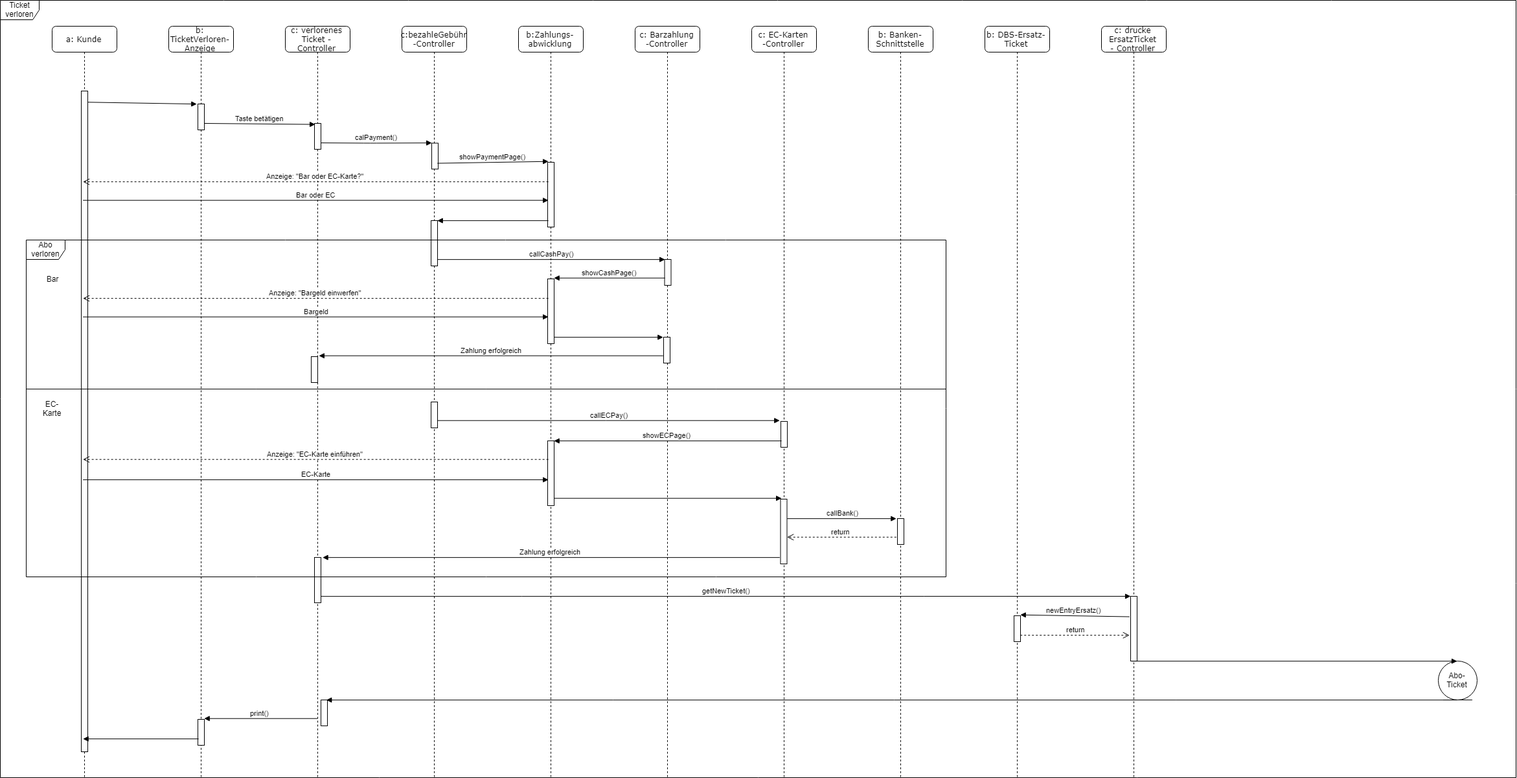
The draw.io diagram f(u)ml/Sequence_Diagrams/PNGTicketVerloren.png in Filsball/LaHMa_Carpark, before a commit. Source tidied: cells renumbered, new cells last; positions are measured from the earlier drawing's top-left corner, leaving out a move shared by most shapes.
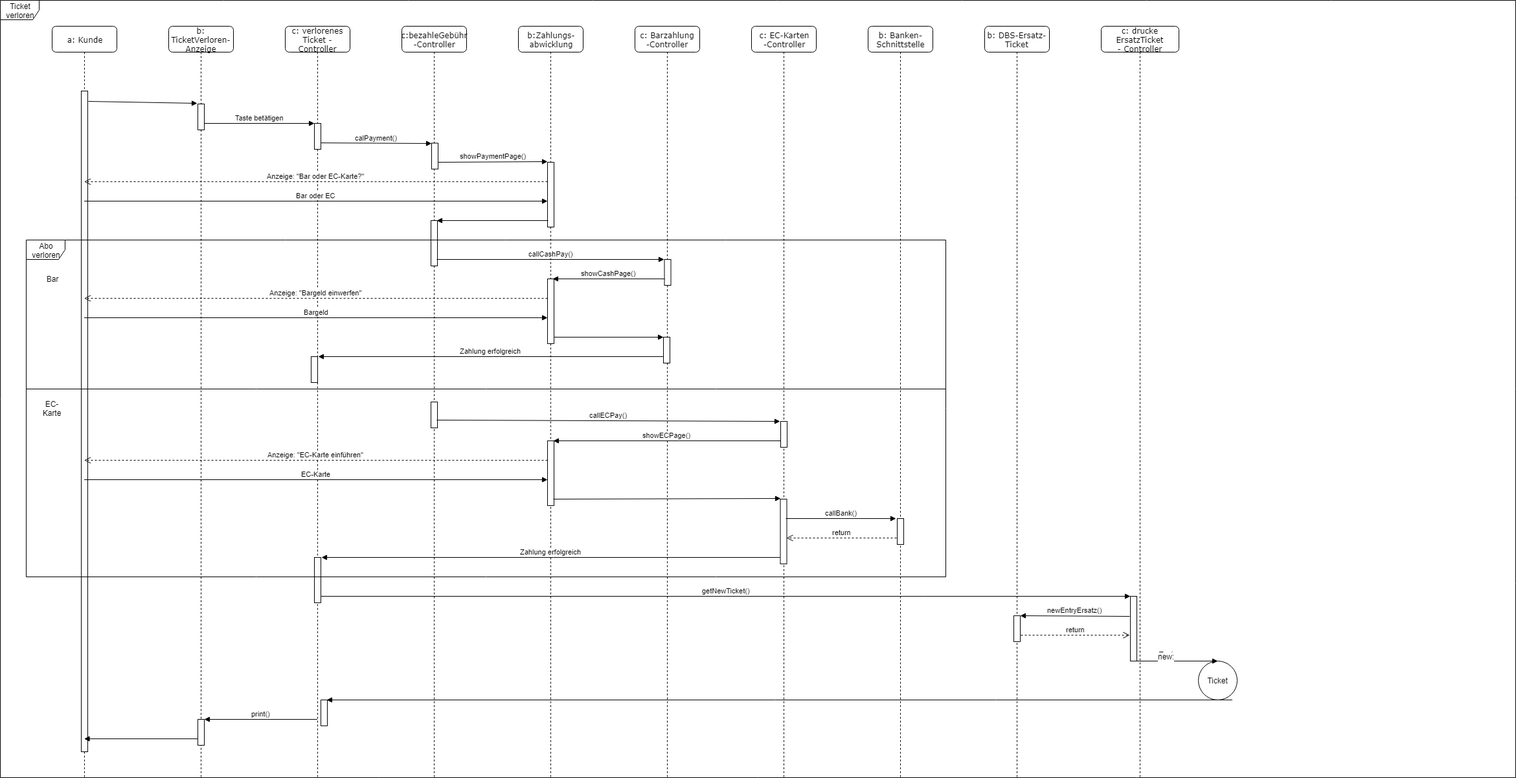
Later version of the same file.

Diff of the diagram source:
```diff
@@ -87,8 +87,11 @@
       <mxGeometry x="1520" y="40" width="100" height="1160" as="geometry" />
     </mxCell>
     <mxCell id="30" value="c: drucke ErsatzTicket&lt;br&gt;- Controller&lt;br&gt;" style="shape=umlLifeline;perimeter=lifelinePerimeter;whiteSpace=wrap;html=1;rounded=1;shadow=0;comic=0;labelBackgroundColor=none;strokeColor=#000000;strokeWidth=1;fillColor=#FFFFFF;fontFamily=Verdana;fontSize=12;fontColor=#000000;align=center;size=40;" parent="1" vertex="1">
-      <mxGeometry x="1700" y="40" width="100" height="1160" as="geometry" />
+      <mxGeometry x="1700" y="40" width="120" height="1160" as="geometry" />
     </mxCell>
+    <mxCell id="66" value="Text" style="text;html=1;strokeColor=none;fillColor=none;align=center;verticalAlign=middle;whiteSpace=wrap;rounded=0;" parent="30" vertex="1">
+      <mxGeometry x="80" y="960" width="40" height="20" as="geometry" />
+    </mxCell>
     <mxCell id="31" value="Taste betätigen" style="html=1;verticalAlign=bottom;endArrow=block;entryX=0.032;entryY=0.009;entryDx=0;entryDy=0;entryPerimeter=0;" parent="1" edge="1" target="7">
       <mxGeometry relative="1" as="geometry">
         <mxPoint x="315" y="190" as="sourcePoint" />
@@ -139,8 +142,8 @@
     <mxCell id="46" value="Zahlung erfolgreich" style="html=1;verticalAlign=bottom;endArrow=block;exitX=-0.096;exitY=0.895;exitDx=0;exitDy=0;exitPerimeter=0;entryX=1.148;entryY=0.006;entryDx=0;entryDy=0;entryPerimeter=0;" parent="1" edge="1" source="26" target="9">
       <mxGeometry relative="1" as="geometry" />
     </mxCell>
-    <mxCell id="47" value="Abo-&lt;br&gt;Ticket&lt;br&gt;" style="ellipse;shape=umlEntity;whiteSpace=wrap;html=1;" parent="1" vertex="1">
-      <mxGeometry x="2220" y="1020" width="60" height="60" as="geometry" />
+    <mxCell id="47" value="Ticket&lt;br&gt;" style="ellipse;shape=umlEntity;whiteSpace=wrap;html=1;" parent="1" vertex="1">
+      <mxGeometry x="1850" y="1020" width="60" height="60" as="geometry" />
     </mxCell>
     <mxCell id="48" style="html=1;verticalAlign=bottom;endArrow=block;exitX=0.5;exitY=1;exitDx=0;exitDy=0;entryX=0.857;entryY=-0.012;entryDx=0;entryDy=0;entryPerimeter=0;" parent="1" edge="1" source="47" target="10">
       <mxGeometry relative="1" as="geometry" />
@@ -197,6 +200,9 @@
     <mxCell id="63" style="html=1;verticalAlign=bottom;endArrow=block;exitX=0.143;exitY=1.002;exitDx=0;exitDy=0;exitPerimeter=0;entryX=0.5;entryY=0;entryDx=0;entryDy=0;" parent="1" edge="1" source="64" target="47">
       <mxGeometry relative="1" as="geometry" />
     </mxCell>
+    <mxCell id="67" value="new:" style="text;html=1;align=center;verticalAlign=middle;labelBackgroundColor=#ffffff;" parent="63" vertex="1">
+      <mxGeometry x="-0.19" y="8" relative="1" as="geometry" />
+    </mxCell>
     <mxCell id="64" style="html=1;points=[];perimeter=orthogonalPerimeter;" parent="1" vertex="1">
       <mxGeometry x="1745" y="920" width="10" height="100" as="geometry" />
     </mxCell>
```
